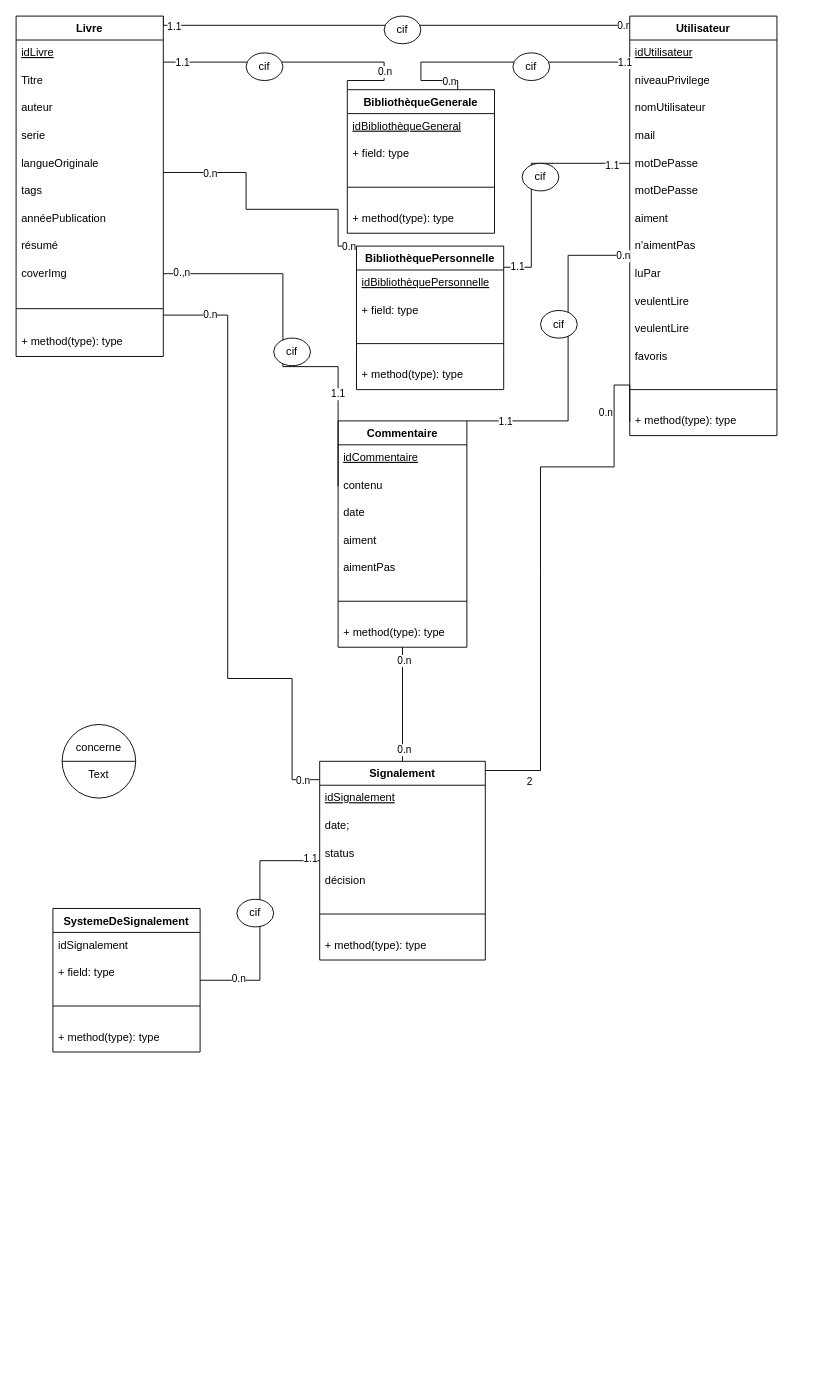
Above: page "MCD" (2 of 2) of DrawWeBookClasses.drawio in caminomenorca/Projet-bibliotheque-poec (draw.io), before the change. Source tidied: cells renumbered, new cells numbered last; positions are measured from the earlier drawing's top-left corner, leaving out a move shared by most shapes. Both pictures are drawn from the tidied source at 92%, with x=0, y=0 at pixel (16, 16).
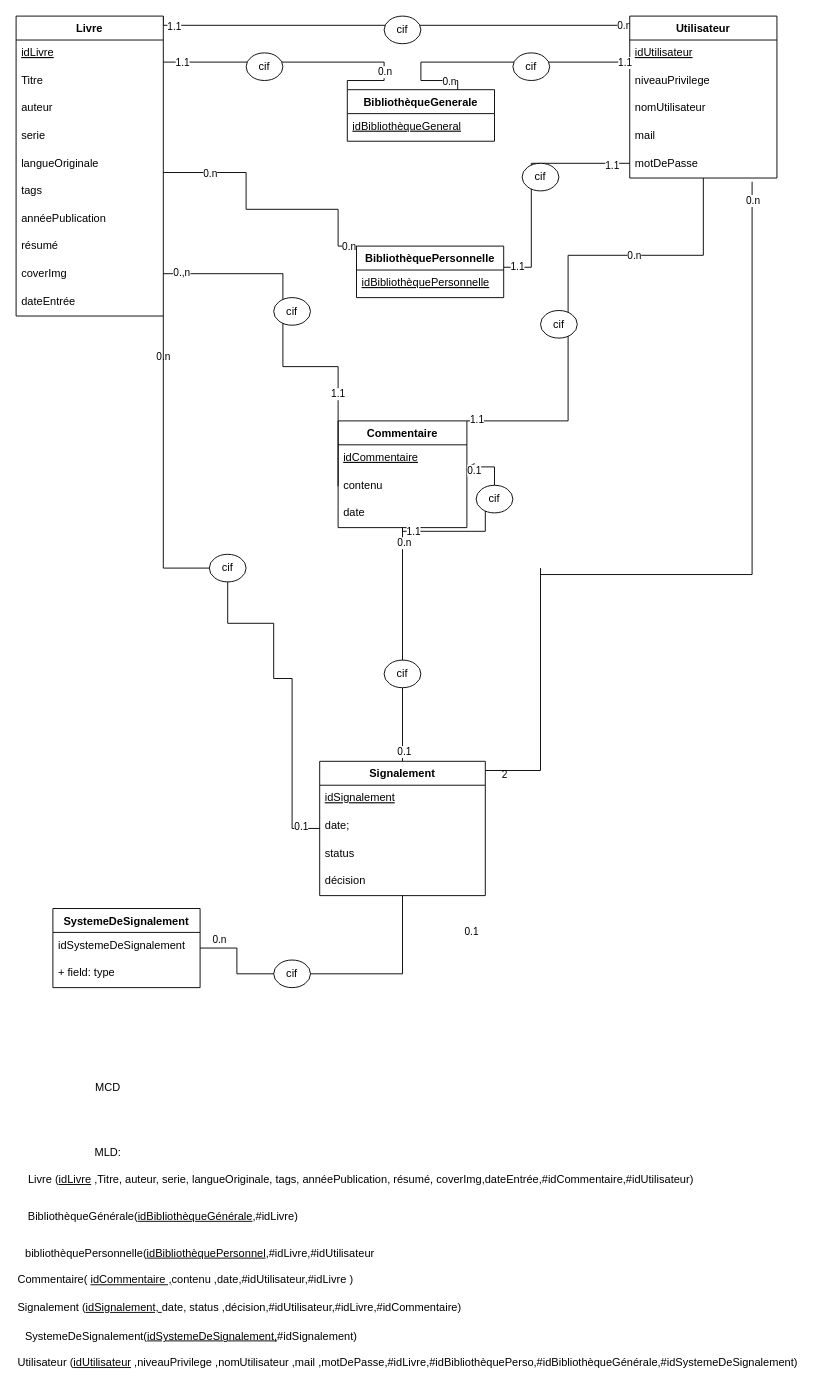
Above is the later version.

The change refers to these unchanged cells:
```xml
<mxCell id="87" style="edgeStyle=orthogonalEdgeStyle;rounded=0;jettySize=auto;html=1;endArrow=none;endFill=0;" parent="1" edge="1" source="72">
  <mxGeometry relative="1" as="geometry">
    <mxPoint x="570" y="600" as="targetPoint" />
    <Array as="points">
      <mxPoint x="570" y="820" />
    </Array>
  </mxGeometry>
</mxCell>
```

Diff of the diagram source:
```diff
@@
-    <mxCell id="2" style="edgeStyle=orthogonalEdgeStyle;rounded=0;jettySize=auto;html=1;endArrow=none;endFill=0;" parent="1" edge="1" source="5" target="72">
+    <mxCell id="2" style="edgeStyle=orthogonalEdgeStyle;rounded=0;jettySize=auto;html=1;endArrow=none;endFill=0;startArrow=none;" parent="1" edge="1" source="98" target="72">
       <mxGeometry relative="1" as="geometry" />
     </mxCell>
-    <mxCell id="3" value="1.1" style="edgeLabel;html=1;align=center;verticalAlign=middle;" parent="2" vertex="1">
-      <mxGeometry x="-0.86" y="1" relative="1" as="geometry">
-        <mxPoint x="101" y="-132" as="offset" />
-      </mxGeometry>
-    </mxCell>
     <mxCell id="4" value="0.n" style="edgeLabel;html=1;align=center;verticalAlign=middle;" parent="2" vertex="1">
       <mxGeometry x="0.85" relative="1" as="geometry">
-        <mxPoint x="-70" y="127" as="offset" />
+        <mxPoint x="-200" y="33" as="offset" />
       </mxGeometry>
     </mxCell>
     <mxCell id="5" value="SystemeDeSignalement" style="swimlane;fontStyle=1;align=center;verticalAlign=top;horizontal=1;startSize=26;" parent="1" vertex="1">
-      <mxGeometry x="40" y="970" width="160" height="156" as="geometry" />
+      <mxGeometry x="40" y="970" width="160" height="86" as="geometry" />
     </mxCell>
-    <mxCell id="6" value="idSignalement" style="text;strokeColor=none;fillColor=none;align=left;verticalAlign=top;spacingLeft=4;spacingRight=4;overflow=hidden;" parent="5" vertex="1">
+    <mxCell id="6" value="idSystemeDeSignalement" style="text;strokeColor=none;fillColor=none;align=left;verticalAlign=top;spacingLeft=4;spacingRight=4;overflow=hidden;" parent="5" vertex="1">
       <mxGeometry y="26" width="160" height="30" as="geometry" />
     </mxCell>
@@
-    <mxCell id="8" style="line;strokeWidth=1;fillColor=none;align=left;verticalAlign=middle;spacingTop=-1;spacingLeft=3;spacingRight=3;labelPosition=right;strokeColor=inherit;" parent="5" vertex="1">
-      <mxGeometry y="86" width="160" height="40" as="geometry" />
-    </mxCell>
-    <mxCell id="9" value="+ method(type): type" style="text;strokeColor=none;fillColor=none;align=left;verticalAlign=top;spacingLeft=4;spacingRight=4;overflow=hidden;" parent="5" vertex="1">
-      <mxGeometry y="126" width="160" height="30" as="geometry" />
-    </mxCell>
@@
     <mxCell id="13" value="Livre" style="swimlane;fontStyle=1;align=center;verticalAlign=top;horizontal=1;startSize=26;" parent="1" vertex="1">
-      <mxGeometry width="160" height="370" as="geometry" />
+      <mxGeometry width="160" height="326" as="geometry" />
     </mxCell>
@@
-    <mxCell id="23" style="line;strokeWidth=1;fillColor=none;align=left;verticalAlign=middle;spacingTop=-1;spacingLeft=3;spacingRight=3;labelPosition=right;strokeColor=inherit;" parent="13" vertex="1">
-      <mxGeometry y="296" width="160" height="44" as="geometry" />
-    </mxCell>
-    <mxCell id="24" value="+ method(type): type" style="text;strokeColor=none;fillColor=none;align=left;verticalAlign=top;spacingLeft=4;spacingRight=4;overflow=hidden;" parent="13" vertex="1">
-      <mxGeometry y="340" width="160" height="30" as="geometry" />
-    </mxCell>
+    <mxCell id="102" value="dateEntrée" style="text;strokeColor=none;fillColor=none;align=left;verticalAlign=top;spacingLeft=4;spacingRight=4;overflow=hidden;" parent="13" vertex="1">
+      <mxGeometry y="296" width="160" height="30" as="geometry" />
+    </mxCell>
     <mxCell id="25" value="Utilisateur" style="swimlane;fontStyle=1;align=center;verticalAlign=top;horizontal=1;startSize=26;" parent="1" vertex="1">
-      <mxGeometry x="667" width="160" height="456" as="geometry" />
+      <mxGeometry x="667" width="160" height="176" as="geometry" />
     </mxCell>
@@
-    <mxCell id="31" value="motDePasse" style="text;strokeColor=none;fillColor=none;align=left;verticalAlign=top;spacingLeft=4;spacingRight=4;overflow=hidden;" parent="25" vertex="1">
-      <mxGeometry y="176" width="160" height="30" as="geometry" />
-    </mxCell>
-    <mxCell id="32" value="aiment" style="text;strokeColor=none;fillColor=none;align=left;verticalAlign=top;spacingLeft=4;spacingRight=4;overflow=hidden;" parent="25" vertex="1">
-      <mxGeometry y="206" width="160" height="30" as="geometry" />
-    </mxCell>
-    <mxCell id="33" value="n'aimentPas" style="text;strokeColor=none;fillColor=none;align=left;verticalAlign=top;spacingLeft=4;spacingRight=4;overflow=hidden;" parent="25" vertex="1">
-      <mxGeometry y="236" width="160" height="30" as="geometry" />
-    </mxCell>
-    <mxCell id="34" value="luPar" style="text;strokeColor=none;fillColor=none;align=left;verticalAlign=top;spacingLeft=4;spacingRight=4;overflow=hidden;" parent="25" vertex="1">
-      <mxGeometry y="266" width="160" height="30" as="geometry" />
-    </mxCell>
-    <mxCell id="35" value="veulentLire" style="text;strokeColor=none;fillColor=none;align=left;verticalAlign=top;spacingLeft=4;spacingRight=4;overflow=hidden;" parent="25" vertex="1">
-      <mxGeometry y="296" width="160" height="30" as="geometry" />
-    </mxCell>
-    <mxCell id="36" value="veulentLire" style="text;strokeColor=none;fillColor=none;align=left;verticalAlign=top;spacingLeft=4;spacingRight=4;overflow=hidden;" parent="25" vertex="1">
-      <mxGeometry y="326" width="160" height="30" as="geometry" />
-    </mxCell>
-    <mxCell id="37" value="favoris" style="text;strokeColor=none;fillColor=none;align=left;verticalAlign=top;spacingLeft=4;spacingRight=4;overflow=hidden;" parent="25" vertex="1">
-      <mxGeometry y="356" width="160" height="30" as="geometry" />
-    </mxCell>
-    <mxCell id="38" style="line;strokeWidth=1;fillColor=none;align=left;verticalAlign=middle;spacingTop=-1;spacingLeft=3;spacingRight=3;labelPosition=right;strokeColor=inherit;" parent="25" vertex="1">
-      <mxGeometry y="386" width="160" height="40" as="geometry" />
-    </mxCell>
-    <mxCell id="39" value="+ method(type): type" style="text;strokeColor=none;fillColor=none;align=left;verticalAlign=top;spacingLeft=4;spacingRight=4;overflow=hidden;points=[[0,0.5],[1,0.5]];portConstraint=eastwest;" parent="25" vertex="1">
-      <mxGeometry y="426" width="160" height="30" as="geometry" />
-    </mxCell>
@@
     <mxCell id="43" value="BibliothèquePersonnelle" style="swimlane;fontStyle=1;align=center;verticalAlign=top;horizontal=1;startSize=26;" parent="1" vertex="1">
-      <mxGeometry x="370" y="250" width="160" height="156" as="geometry" />
+      <mxGeometry x="370" y="250" width="160" height="56" as="geometry" />
     </mxCell>
@@
-    <mxCell id="45" value="+ field: type" style="text;strokeColor=none;fillColor=none;align=left;verticalAlign=top;spacingLeft=4;spacingRight=4;overflow=hidden;" parent="43" vertex="1">
-      <mxGeometry y="56" width="160" height="30" as="geometry" />
-    </mxCell>
-    <mxCell id="46" style="line;strokeWidth=1;fillColor=none;align=left;verticalAlign=middle;spacingTop=-1;spacingLeft=3;spacingRight=3;labelPosition=right;strokeColor=inherit;" parent="43" vertex="1">
-      <mxGeometry y="86" width="160" height="40" as="geometry" />
-    </mxCell>
-    <mxCell id="47" value="+ method(type): type" style="text;strokeColor=none;fillColor=none;align=left;verticalAlign=top;spacingLeft=4;spacingRight=4;overflow=hidden;" parent="43" vertex="1">
-      <mxGeometry y="126" width="160" height="30" as="geometry" />
-    </mxCell>
-    <mxCell id="48" style="edgeStyle=orthogonalEdgeStyle;rounded=0;jettySize=auto;html=1;entryX=0.5;entryY=0;entryDx=0;entryDy=0;endArrow=none;endFill=0;" parent="1" edge="1" source="51" target="72">
+    <mxCell id="48" style="edgeStyle=orthogonalEdgeStyle;rounded=0;jettySize=auto;html=1;entryX=0.5;entryY=0;entryDx=0;entryDy=0;endArrow=none;endFill=0;startArrow=none;" parent="1" edge="1" source="108" target="72">
       <mxGeometry relative="1" as="geometry" />
     </mxCell>
-    <mxCell id="49" value="0.n" style="edgeLabel;html=1;align=center;verticalAlign=middle;" parent="48" vertex="1">
-      <mxGeometry x="-0.78" y="1" relative="1" as="geometry" />
-    </mxCell>
-    <mxCell id="50" value="0.n" style="edgeLabel;html=1;align=center;verticalAlign=middle;" parent="48" vertex="1">
-      <mxGeometry x="0.79" y="1" relative="1" as="geometry" />
+    <mxCell id="50" value="0.1" style="edgeLabel;html=1;align=center;verticalAlign=middle;" parent="48" vertex="1">
+      <mxGeometry x="0.79" y="1" relative="1" as="geometry">
+        <mxPoint y="-3" as="offset" />
+      </mxGeometry>
     </mxCell>
     <mxCell id="51" value="Commentaire" style="swimlane;fontStyle=1;align=center;verticalAlign=top;horizontal=1;startSize=26;" parent="1" vertex="1">
-      <mxGeometry x="350" y="440" width="140" height="246" as="geometry" />
+      <mxGeometry x="350" y="440" width="140" height="116" as="geometry" />
     </mxCell>
@@
-    <mxCell id="55" value="aiment" style="text;strokeColor=none;fillColor=none;align=left;verticalAlign=top;spacingLeft=4;spacingRight=4;overflow=hidden;" parent="51" vertex="1">
-      <mxGeometry y="116" width="140" height="30" as="geometry" />
-    </mxCell>
-    <mxCell id="56" value="aimentPas" style="text;strokeColor=none;fillColor=none;align=left;verticalAlign=top;spacingLeft=4;spacingRight=4;overflow=hidden;" parent="51" vertex="1">
-      <mxGeometry y="146" width="140" height="30" as="geometry" />
-    </mxCell>
-    <mxCell id="57" style="line;strokeWidth=1;fillColor=none;align=left;verticalAlign=middle;spacingTop=-1;spacingLeft=3;spacingRight=3;labelPosition=right;strokeColor=inherit;" parent="51" vertex="1">
-      <mxGeometry y="176" width="140" height="40" as="geometry" />
-    </mxCell>
-    <mxCell id="58" value="+ method(type): type" style="text;strokeColor=none;fillColor=none;align=left;verticalAlign=top;spacingLeft=4;spacingRight=4;overflow=hidden;" parent="51" vertex="1">
-      <mxGeometry y="216" width="140" height="30" as="geometry" />
-    </mxCell>
@@
     <mxCell id="65" value="BibliothèqueGenerale" style="swimlane;fontStyle=1;align=center;verticalAlign=top;horizontal=1;startSize=26;" parent="1" vertex="1">
-      <mxGeometry x="360" y="80" width="160" height="156" as="geometry" />
+      <mxGeometry x="360" y="80" width="160" height="56" as="geometry" />
     </mxCell>
@@
-    <mxCell id="67" value="+ field: type" style="text;strokeColor=none;fillColor=none;align=left;verticalAlign=top;spacingLeft=4;spacingRight=4;overflow=hidden;" parent="65" vertex="1">
-      <mxGeometry y="56" width="160" height="30" as="geometry" />
-    </mxCell>
-    <mxCell id="68" style="line;strokeWidth=1;fillColor=none;align=left;verticalAlign=middle;spacingTop=-1;spacingLeft=3;spacingRight=3;labelPosition=right;strokeColor=inherit;" parent="65" vertex="1">
-      <mxGeometry y="86" width="160" height="40" as="geometry" />
-    </mxCell>
-    <mxCell id="69" value="+ method(type): type" style="text;strokeColor=none;fillColor=none;align=left;verticalAlign=top;spacingLeft=4;spacingRight=4;overflow=hidden;" parent="65" vertex="1">
-      <mxGeometry y="126" width="160" height="30" as="geometry" />
-    </mxCell>
-    <mxCell id="70" style="edgeStyle=orthogonalEdgeStyle;rounded=0;jettySize=auto;html=1;entryX=0;entryY=0.5;entryDx=0;entryDy=0;endArrow=none;endFill=0;startArrow=none;" parent="1" edge="1" target="39">
+    <mxCell id="70" style="edgeStyle=orthogonalEdgeStyle;rounded=0;orthogonalLoop=1;jettySize=auto;html=1;endArrow=none;endFill=0;startArrow=none;" parent="1" edge="1">
       <mxGeometry relative="1" as="geometry">
-        <mxPoint x="570" y="600" as="sourcePoint" />
+        <mxPoint x="570" y="607" as="sourcePoint" />
+        <mxPoint x="800" y="180" as="targetPoint" />
         <Array as="points">
-          <mxPoint x="570" y="490" />
-          <mxPoint x="650" y="490" />
-          <mxPoint x="650" y="401" />
-          <mxPoint x="667" y="401" />
+          <mxPoint x="800" y="607" />
         </Array>
       </mxGeometry>
     </mxCell>
     <mxCell id="71" value="2" style="edgeLabel;html=1;align=center;verticalAlign=middle;" parent="70" vertex="1">
       <mxGeometry x="0.83" relative="1" as="geometry">
-        <mxPoint x="-110" y="419" as="offset" />
+        <mxPoint x="-270" y="588" as="offset" />
       </mxGeometry>
     </mxCell>
     <mxCell id="72" value="Signalement" style="swimlane;fontStyle=1;align=center;verticalAlign=top;horizontal=1;startSize=26;" parent="1" vertex="1">
-      <mxGeometry x="330" y="810" width="180" height="216" as="geometry" />
+      <mxGeometry x="330" y="810" width="180" height="146" as="geometry" />
     </mxCell>
@@
-    <mxCell id="77" style="line;strokeWidth=1;fillColor=none;align=left;verticalAlign=middle;spacingTop=-1;spacingLeft=3;spacingRight=3;labelPosition=right;strokeColor=inherit;" parent="72" vertex="1">
-      <mxGeometry y="146" width="180" height="40" as="geometry" />
-    </mxCell>
-    <mxCell id="78" value="+ method(type): type" style="text;strokeColor=none;fillColor=none;align=left;verticalAlign=top;spacingLeft=4;spacingRight=4;overflow=hidden;" parent="72" vertex="1">
-      <mxGeometry y="186" width="180" height="30" as="geometry" />
-    </mxCell>
@@
-    <mxCell id="82" style="edgeStyle=orthogonalEdgeStyle;rounded=0;orthogonalLoop=1;jettySize=auto;html=1;endArrow=none;endFill=0;startArrow=none;" parent="1" edge="1">
+    <mxCell id="82" style="edgeStyle=orthogonalEdgeStyle;rounded=0;jettySize=auto;html=1;endArrow=none;endFill=0;startArrow=none;" parent="1" edge="1" target="25">
       <mxGeometry relative="1" as="geometry">
         <mxPoint x="490" y="440" as="sourcePoint" />
-        <mxPoint x="667" y="260" as="targetPoint" />
         <Array as="points">
           <mxPoint x="600" y="440" />
           <mxPoint x="600" y="260" />
+          <mxPoint x="747" y="260" />
         </Array>
       </mxGeometry>
     </mxCell>
     <mxCell id="83" value="1.1" style="edgeLabel;html=1;align=center;verticalAlign=middle;" parent="82" vertex="1">
       <mxGeometry x="0.88" y="-1" relative="1" as="geometry">
-        <mxPoint x="-115" y="179" as="offset" />
+        <mxPoint x="-248" y="231" as="offset" />
       </mxGeometry>
     </mxCell>
@@
-    <mxCell id="85" value="0.n" style="edgeStyle=orthogonalEdgeStyle;rounded=0;jettySize=auto;html=1;endArrow=none;endFill=0;startArrow=none;" parent="1" edge="1" source="13" target="72">
-      <mxGeometry x="-0.85" relative="1" as="geometry">
+    <mxCell id="85" value="0.n" style="edgeStyle=orthogonalEdgeStyle;rounded=0;jettySize=auto;html=1;endArrow=none;endFill=0;startArrow=none;" parent="1" edge="1" target="72">
+      <mxGeometry x="-1" y="-240" relative="1" as="geometry">
+        <mxPoint x="230" y="600" as="sourcePoint" />
         <Array as="points">
-          <mxPoint x="230" y="325" />
-          <mxPoint x="230" y="720" />
+          <mxPoint x="230" y="660" />
+          <mxPoint x="280" y="660" />
+          <mxPoint x="280" y="720" />
           <mxPoint x="300" y="720" />
-          <mxPoint x="300" y="830" />
+          <mxPoint x="300" y="883" />
         </Array>
+        <mxPoint x="170" y="-230" as="offset" />
       </mxGeometry>
     </mxCell>
-    <mxCell id="86" value="0.n" style="edgeLabel;html=1;align=center;verticalAlign=middle;" parent="85" vertex="1">
-      <mxGeometry x="-0.93" y="-1" relative="1" as="geometry">
-        <mxPoint x="127" y="504" as="offset" />
-      </mxGeometry>
-    </mxCell>
@@
     <mxCell id="88" value="0.n" style="edgeLabel;html=1;align=center;verticalAlign=middle;" parent="87" vertex="1">
       <mxGeometry x="-0.95" relative="1" as="geometry">
-        <mxPoint x="123" y="-390" as="offset" />
+        <mxPoint x="283" y="-620" as="offset" />
       </mxGeometry>
     </mxCell>
@@
     <mxCell id="97" value="cif" style="ellipse;whiteSpace=wrap;html=1;" parent="1" vertex="1">
-      <mxGeometry x="280" y="350" width="40" height="30" as="geometry" />
+      <mxGeometry x="280" y="306" width="40" height="30" as="geometry" />
     </mxCell>
     <mxCell id="98" value="cif" style="ellipse;whiteSpace=wrap;html=1;" parent="1" vertex="1">
-      <mxGeometry x="240" y="960" width="40" height="30" as="geometry" />
+      <mxGeometry x="280" y="1026" width="40" height="30" as="geometry" />
     </mxCell>
-    <mxCell id="99" style="shape=lineEllipse;perimeter=ellipsePerimeter;whiteSpace=wrap;html=1;backgroundOutline=1;" parent="1" vertex="1">
-      <mxGeometry x="50" y="770" width="80" height="80" as="geometry" />
-    </mxCell>
-    <mxCell id="100" value="concerne" style="text;html=1;strokeColor=none;fillColor=none;align=center;verticalAlign=middle;whiteSpace=wrap;rounded=0;" parent="1" vertex="1">
-      <mxGeometry x="60" y="780" width="60" height="30" as="geometry" />
-    </mxCell>
-    <mxCell id="101" value="Text" style="text;html=1;strokeColor=none;fillColor=none;align=center;verticalAlign=middle;whiteSpace=wrap;rounded=0;" parent="1" vertex="1">
-      <mxGeometry x="60" y="810" width="60" height="30" as="geometry" />
-    </mxCell>
+    <mxCell id="103" style="edgeStyle=orthogonalEdgeStyle;rounded=0;jettySize=auto;html=1;endArrow=none;endFill=0;" parent="1" edge="1" source="5" target="98">
+      <mxGeometry relative="1" as="geometry" />
+    </mxCell>
+    <mxCell id="104" value="0.1" style="edgeLabel;html=1;align=center;verticalAlign=middle;" parent="103" vertex="1">
+      <mxGeometry x="-0.86" y="1" relative="1" as="geometry">
+        <mxPoint x="101" y="-132" as="offset" />
+      </mxGeometry>
+    </mxCell>
+    <mxCell id="105" value="cif" style="ellipse;whiteSpace=wrap;html=1;" parent="1" vertex="1">
+      <mxGeometry x="210" y="585" width="40" height="30" as="geometry" />
+    </mxCell>
+    <mxCell id="106" style="edgeStyle=orthogonalEdgeStyle;rounded=0;jettySize=auto;html=1;endArrow=none;endFill=0;startArrow=none;" parent="1" edge="1" source="13" target="105">
+      <mxGeometry x="-0.85" relative="1" as="geometry">
+        <Array as="points">
+          <mxPoint x="80" y="310" />
+          <mxPoint x="160" y="310" />
+          <mxPoint x="160" y="600" />
+        </Array>
+      </mxGeometry>
+    </mxCell>
+    <mxCell id="107" value="0.1" style="edgeLabel;html=1;align=center;verticalAlign=middle;" parent="106" vertex="1">
+      <mxGeometry x="-0.93" y="-1" relative="1" as="geometry">
+        <mxPoint x="335" y="657" as="offset" />
+      </mxGeometry>
+    </mxCell>
+    <mxCell id="108" value="cif" style="ellipse;whiteSpace=wrap;html=1;" parent="1" vertex="1">
+      <mxGeometry x="400" y="700" width="40" height="30" as="geometry" />
+    </mxCell>
+    <mxCell id="109" style="edgeStyle=orthogonalEdgeStyle;rounded=0;jettySize=auto;html=1;entryX=0.5;entryY=0;entryDx=0;entryDy=0;endArrow=none;endFill=0;" parent="1" edge="1" source="51" target="108">
+      <mxGeometry relative="1" as="geometry" />
+    </mxCell>
+    <mxCell id="110" value="0.n" style="edgeLabel;html=1;align=center;verticalAlign=middle;" parent="109" vertex="1">
+      <mxGeometry x="-0.78" y="1" relative="1" as="geometry" />
+    </mxCell>
+    <mxCell id="111" style="edgeStyle=orthogonalEdgeStyle;rounded=0;jettySize=auto;html=1;startArrow=none;" parent="1" edge="1" source="113" target="51">
+      <mxGeometry relative="1" as="geometry">
+        <Array as="points">
+          <mxPoint x="520" y="490" />
+        </Array>
+      </mxGeometry>
+    </mxCell>
+    <mxCell id="112" value="0.1" style="edgeLabel;html=1;align=center;verticalAlign=middle;" parent="111" vertex="1">
+      <mxGeometry x="0.71" y="3" relative="1" as="geometry" />
+    </mxCell>
+    <mxCell id="113" value="cif" style="ellipse;whiteSpace=wrap;html=1;" parent="1" vertex="1">
+      <mxGeometry x="500" y="510" width="40" height="30" as="geometry" />
+    </mxCell>
+    <mxCell id="114" style="edgeStyle=orthogonalEdgeStyle;rounded=0;jettySize=auto;html=1;endArrow=none;" parent="1" edge="1" source="51" target="113">
+      <mxGeometry relative="1" as="geometry">
+        <Array as="points">
+          <mxPoint x="510" y="560" />
+        </Array>
+      </mxGeometry>
+    </mxCell>
+    <mxCell id="3" value="1.1" style="edgeLabel;html=1;align=center;verticalAlign=middle;" parent="114" vertex="1">
+      <mxGeometry x="-0.75" relative="1" as="geometry" />
+    </mxCell>
+    <mxCell id="115" value="MCD" style="text;html=1;strokeColor=none;fillColor=none;align=center;verticalAlign=middle;whiteSpace=wrap;rounded=0;" parent="1" vertex="1">
+      <mxGeometry x="70" y="1150" width="60" height="30" as="geometry" />
+    </mxCell>
+    <mxCell id="116" value="MLD:" style="text;html=1;strokeColor=none;fillColor=none;align=center;verticalAlign=middle;whiteSpace=wrap;rounded=0;" parent="1" vertex="1">
+      <mxGeometry x="70" y="1220" width="60" height="30" as="geometry" />
+    </mxCell>
+    <mxCell id="117" value="Livre (&lt;u&gt;idLivre&lt;/u&gt;&amp;nbsp;,Titre, auteur, serie, langueOriginale, tags, annéePublication, résumé, coverImg,dateEntrée,#idCommentaire,#idUtilisateur)" style="text;html=1;strokeColor=none;fillColor=none;align=center;verticalAlign=middle;whiteSpace=wrap;rounded=0;" parent="1" vertex="1">
+      <mxGeometry y="1250" width="750" height="30" as="geometry" />
+    </mxCell>
+    <mxCell id="118" value="BibliothèqueGénérale(&lt;u&gt;idBibliothèqueGénérale&lt;/u&gt;,#idLivre)" style="text;html=1;strokeColor=none;fillColor=none;align=center;verticalAlign=middle;whiteSpace=wrap;rounded=0;" parent="1" vertex="1">
+      <mxGeometry y="1290" width="320" height="30" as="geometry" />
+    </mxCell>
+    <mxCell id="119" value="bibliothèquePersonnelle(&lt;u&gt;idBibliothèquePersonnel&lt;/u&gt;,#idLivre,#idUtilisateur" style="text;html=1;strokeColor=none;fillColor=none;align=center;verticalAlign=middle;whiteSpace=wrap;rounded=0;" parent="1" vertex="1">
+      <mxGeometry y="1330" width="400" height="30" as="geometry" />
+    </mxCell>
+    <mxCell id="120" value="Commentaire( &lt;u&gt;idCommentaire ,&lt;/u&gt;contenu ,date,#idUtilisateur,#idLivre )" style="text;whiteSpace=wrap;html=1;" parent="1" vertex="1">
+      <mxGeometry y="1360" width="390" height="30" as="geometry" />
+    </mxCell>
+    <mxCell id="121" value="Signalement (&lt;u&gt;idSignalement,&amp;nbsp;&lt;/u&gt;date, status ,décision,#idUtilisateur,#idLivre,#idCommentaire)" style="text;whiteSpace=wrap;html=1;" parent="1" vertex="1">
+      <mxGeometry y="1390" width="510" height="30" as="geometry" />
+    </mxCell>
+    <mxCell id="122" value="&lt;span style=&quot;text-align: left;&quot;&gt;SystemeDeSignalement(&lt;/span&gt;&lt;span style=&quot;text-align: left;&quot;&gt;&lt;u&gt;idSystemeDeSignalement,&lt;/u&gt;#idSignalement)&lt;/span&gt;" style="text;html=1;align=center;verticalAlign=middle;strokeColor=none;fillColor=none;" parent="1" vertex="1">
+      <mxGeometry y="1420" width="380" height="30" as="geometry" />
+    </mxCell>
+    <mxCell id="123" value="Utilisateur (&lt;u&gt;idUtilisateur&lt;/u&gt; ,niveauPrivilege ,nomUtilisateur ,mail ,motDePasse,#idLivre,#idBibliothèquePerso,#idBibliothèqueGénérale,#idSystemeDeSignalement)" style="text;whiteSpace=wrap;html=1;" parent="1" vertex="1">
+      <mxGeometry y="1450" width="870" height="30" as="geometry" />
+    </mxCell>
```
